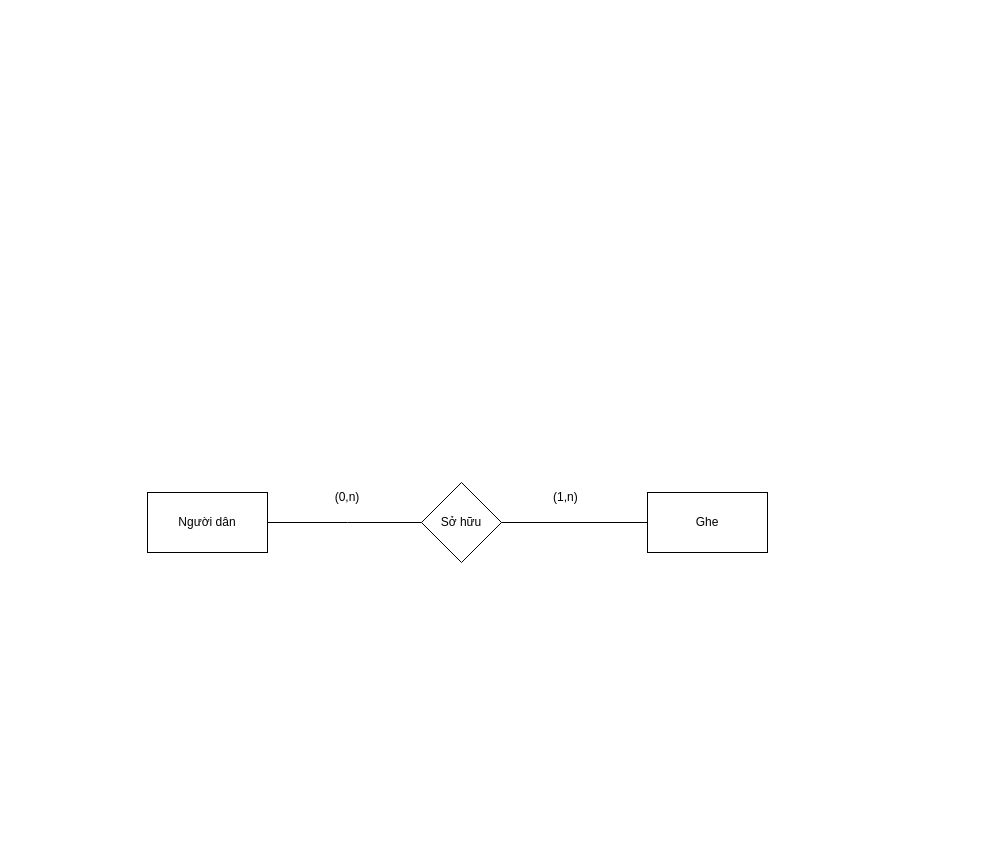
Before: page "Trang-1" (1 of 3) of Biểu đồ không có tiêu đề.drawio in S0ra1n0/Database-learning, a draw.io diagram. Source tidied: cells renumbered, new cells numbered last; positions are measured from the earlier drawing's top-left corner, leaving out a move shared by most shapes. Both pictures are drawn from the tidied source at 100%, with x=0, y=0 at pixel (147, 482).
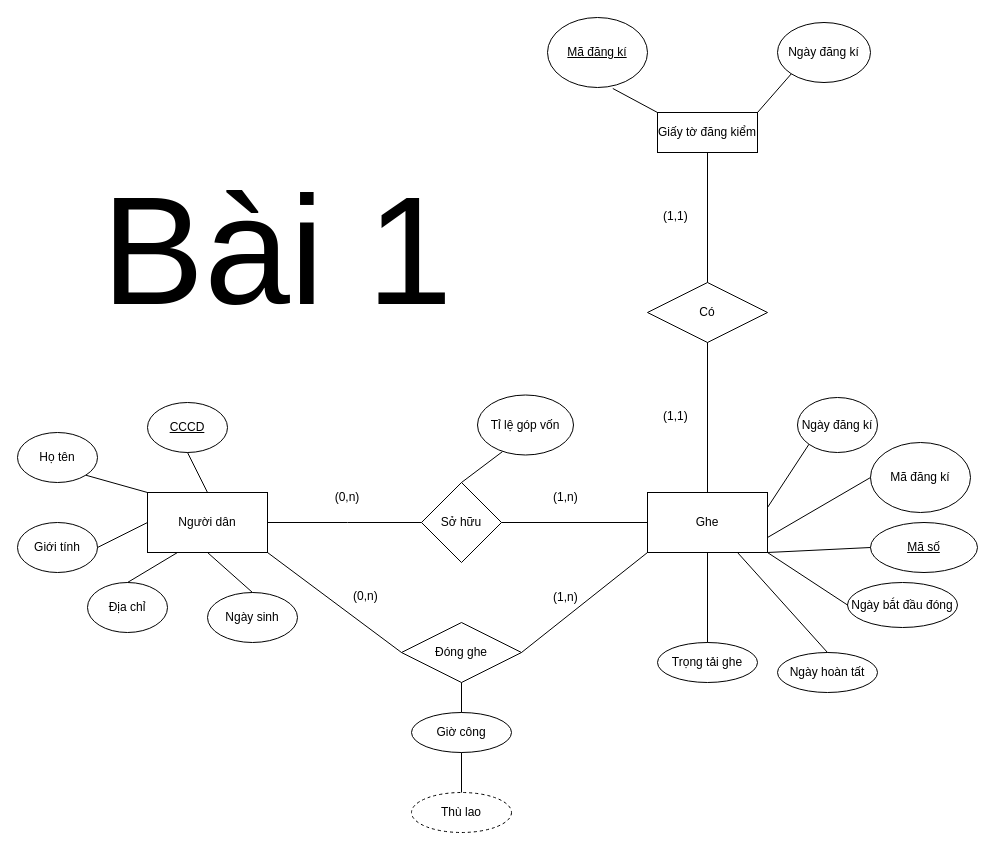
After the change.

Commit message (it also covers changes not shown here):
Cập nhật Biểu đồ không có tiêu đề.drawio

Unchanged cells that the change refers to:
```xml
<mxCell id="2" value="Người dân" style="rounded=0;whiteSpace=wrap;html=1;" parent="1" vertex="1">
  <mxGeometry y="10" width="120" height="60" as="geometry" />
</mxCell>
<mxCell id="3" value="Ghe" style="rounded=0;whiteSpace=wrap;html=1;" parent="1" vertex="1">
  <mxGeometry x="500" y="10" width="120" height="60" as="geometry" />
</mxCell>
<mxCell id="4" value="Sở hữu" style="rhombus;whiteSpace=wrap;html=1;" parent="1" vertex="1">
  <mxGeometry x="274" width="80" height="80" as="geometry" />
</mxCell>
```

Diff of the diagram source:
```diff
@@
+    <mxCell id="9" value="Tỉ lệ góp vốn" style="ellipse;whiteSpace=wrap;html=1;" parent="1" vertex="1">
+      <mxGeometry x="330" y="-87.5" width="96" height="60" as="geometry" />
+    </mxCell>
+    <mxCell id="10" style="endArrow=none;html=1;rounded=0;exitX=0.5;exitY=0;exitDx=0;exitDy=0;entryX=0.26;entryY=0.944;entryDx=0;entryDy=0;entryPerimeter=0;" parent="1" edge="1" source="4" target="9">
+      <mxGeometry relative="1" as="geometry" />
+    </mxCell>
+    <mxCell id="11" value="&lt;u&gt;CCCD&lt;/u&gt;" style="ellipse;whiteSpace=wrap;html=1;" parent="1" vertex="1">
+      <mxGeometry y="-80" width="80" height="50" as="geometry" />
+    </mxCell>
+    <mxCell id="12" value="Họ tên" style="ellipse;whiteSpace=wrap;html=1;" parent="1" vertex="1">
+      <mxGeometry x="-130" y="-50" width="80" height="50" as="geometry" />
+    </mxCell>
+    <mxCell id="13" value="Giới tính" style="ellipse;whiteSpace=wrap;html=1;" parent="1" vertex="1">
+      <mxGeometry x="-130" y="40" width="80" height="50" as="geometry" />
+    </mxCell>
+    <mxCell id="14" value="Địa chỉ" style="ellipse;whiteSpace=wrap;html=1;" parent="1" vertex="1">
+      <mxGeometry x="-60" y="100" width="80" height="50" as="geometry" />
+    </mxCell>
+    <mxCell id="15" value="Ngày sinh" style="ellipse;whiteSpace=wrap;html=1;" parent="1" vertex="1">
+      <mxGeometry x="60" y="110" width="90" height="50" as="geometry" />
+    </mxCell>
+    <mxCell id="16" style="endArrow=none;html=1;rounded=0;exitX=0.5;exitY=0;exitDx=0;exitDy=0;entryX=0.5;entryY=1;entryDx=0;entryDy=0;" parent="1" edge="1" source="15" target="2">
+      <mxGeometry relative="1" as="geometry" />
+    </mxCell>
+    <mxCell id="17" style="endArrow=none;html=1;rounded=0;exitX=0.5;exitY=0;exitDx=0;exitDy=0;entryX=0.25;entryY=1;entryDx=0;entryDy=0;" parent="1" edge="1" source="14" target="2">
+      <mxGeometry relative="1" as="geometry" />
+    </mxCell>
+    <mxCell id="18" style="endArrow=none;html=1;rounded=0;exitX=1;exitY=0.5;exitDx=0;exitDy=0;entryX=0;entryY=0.5;entryDx=0;entryDy=0;" parent="1" edge="1" source="13" target="2">
+      <mxGeometry relative="1" as="geometry" />
+    </mxCell>
+    <mxCell id="19" style="endArrow=none;html=1;rounded=0;exitX=1;exitY=1;exitDx=0;exitDy=0;entryX=0;entryY=0;entryDx=0;entryDy=0;" parent="1" edge="1" source="12" target="2">
+      <mxGeometry relative="1" as="geometry" />
+    </mxCell>
+    <mxCell id="20" style="endArrow=none;html=1;rounded=0;exitX=0.5;exitY=1;exitDx=0;exitDy=0;entryX=0.5;entryY=0;entryDx=0;entryDy=0;" parent="1" edge="1" source="11" target="2">
+      <mxGeometry relative="1" as="geometry" />
+    </mxCell>
+    <mxCell id="21" style="endArrow=none;html=1;rounded=0;exitX=0.5;exitY=0;exitDx=0;exitDy=0;" parent="1" edge="1" source="3">
+      <mxGeometry relative="1" as="geometry">
+        <mxPoint x="560" y="-160" as="targetPoint" />
+      </mxGeometry>
+    </mxCell>
+    <mxCell id="22" value="Mã đăng kí" style="ellipse;whiteSpace=wrap;html=1;" parent="1" vertex="1">
+      <mxGeometry x="723" y="-40" width="100" height="70" as="geometry" />
+    </mxCell>
+    <mxCell id="23" style="endArrow=none;html=1;rounded=0;entryX=0;entryY=0.5;entryDx=0;entryDy=0;exitX=1;exitY=0.75;exitDx=0;exitDy=0;" parent="1" edge="1" source="3" target="22">
+      <mxGeometry relative="1" as="geometry" />
+    </mxCell>
+    <mxCell id="24" value="Ngày đăng kí" style="ellipse;whiteSpace=wrap;html=1;" parent="1" vertex="1">
+      <mxGeometry x="650" y="-85" width="80" height="55" as="geometry" />
+    </mxCell>
+    <mxCell id="25" style="endArrow=none;html=1;rounded=0;exitX=0;exitY=1;exitDx=0;exitDy=0;entryX=1;entryY=0.25;entryDx=0;entryDy=0;" parent="1" edge="1" source="24" target="3">
+      <mxGeometry relative="1" as="geometry" />
+    </mxCell>
+    <mxCell id="26" value="Có" style="shape=rhombus;perimeter=rhombusPerimeter;whiteSpace=wrap;html=1;align=center;" parent="1" vertex="1">
+      <mxGeometry x="500" y="-200" width="120" height="60" as="geometry" />
+    </mxCell>
+    <mxCell id="27" value="Giấy tờ đăng kiểm" style="whiteSpace=wrap;html=1;align=center;" parent="1" vertex="1">
+      <mxGeometry x="510" y="-370" width="100" height="40" as="geometry" />
+    </mxCell>
+    <mxCell id="28" style="endArrow=none;html=1;rounded=0;entryX=0.5;entryY=0;entryDx=0;entryDy=0;exitX=0.5;exitY=1;exitDx=0;exitDy=0;" parent="1" edge="1" source="27" target="26">
+      <mxGeometry relative="1" as="geometry" />
+    </mxCell>
+    <mxCell id="29" value="(1,1)&lt;div&gt;&lt;br&gt;&lt;/div&gt;" style="text;strokeColor=none;fillColor=none;spacingLeft=4;spacingRight=4;overflow=hidden;fontSize=12;whiteSpace=wrap;html=1;" parent="1" vertex="1">
+      <mxGeometry x="510" y="-80" width="40" height="30" as="geometry" />
+    </mxCell>
+    <mxCell id="30" value="(1,1)&lt;div&gt;&lt;br&gt;&lt;/div&gt;" style="text;strokeColor=none;fillColor=none;spacingLeft=4;spacingRight=4;overflow=hidden;fontSize=12;whiteSpace=wrap;html=1;" parent="1" vertex="1">
+      <mxGeometry x="510" y="-280" width="40" height="30" as="geometry" />
+    </mxCell>
+    <mxCell id="31" value="Ngày đăng kí" style="ellipse;whiteSpace=wrap;html=1;" parent="1" vertex="1">
+      <mxGeometry x="630" y="-460" width="93" height="60" as="geometry" />
+    </mxCell>
+    <mxCell id="32" value="&lt;u&gt;Mã đăng kí&lt;/u&gt;" style="ellipse;whiteSpace=wrap;html=1;" parent="1" vertex="1">
+      <mxGeometry x="400" y="-465" width="100" height="70" as="geometry" />
+    </mxCell>
+    <mxCell id="33" style="endArrow=none;html=1;rounded=0;exitX=0.653;exitY=1.014;exitDx=0;exitDy=0;exitPerimeter=0;entryX=0;entryY=0;entryDx=0;entryDy=0;" parent="1" edge="1" source="32" target="27">
+      <mxGeometry relative="1" as="geometry" />
+    </mxCell>
+    <mxCell id="34" style="endArrow=none;html=1;rounded=0;exitX=0;exitY=1;exitDx=0;exitDy=0;entryX=1;entryY=0;entryDx=0;entryDy=0;" parent="1" edge="1" source="31" target="27">
+      <mxGeometry relative="1" as="geometry" />
+    </mxCell>
+    <mxCell id="35" value="Mã số" style="ellipse;whiteSpace=wrap;html=1;align=center;fontStyle=4;" parent="1" vertex="1">
+      <mxGeometry x="723" y="40" width="107" height="50" as="geometry" />
+    </mxCell>
+    <mxCell id="36" style="endArrow=none;html=1;rounded=0;exitX=1;exitY=1;exitDx=0;exitDy=0;entryX=0;entryY=0.5;entryDx=0;entryDy=0;" parent="1" edge="1" source="3" target="35">
+      <mxGeometry relative="1" as="geometry" />
+    </mxCell>
+    <mxCell id="37" value="Trọng tải ghe" style="ellipse;whiteSpace=wrap;html=1;align=center;" parent="1" vertex="1">
+      <mxGeometry x="510" y="160" width="100" height="40" as="geometry" />
+    </mxCell>
+    <mxCell id="38" value="Ngày hoàn tất" style="ellipse;whiteSpace=wrap;html=1;align=center;" parent="1" vertex="1">
+      <mxGeometry x="630" y="170" width="100" height="40" as="geometry" />
+    </mxCell>
+    <mxCell id="39" value="Ngày bắt đầu đóng" style="ellipse;whiteSpace=wrap;html=1;align=center;" parent="1" vertex="1">
+      <mxGeometry x="700" y="100" width="110" height="45" as="geometry" />
+    </mxCell>
+    <mxCell id="40" style="endArrow=none;html=1;rounded=0;entryX=0.5;entryY=0;entryDx=0;entryDy=0;exitX=0.5;exitY=1;exitDx=0;exitDy=0;" parent="1" edge="1" source="3" target="37">
+      <mxGeometry relative="1" as="geometry" />
+    </mxCell>
+    <mxCell id="41" style="endArrow=none;html=1;rounded=0;entryX=0.5;entryY=0;entryDx=0;entryDy=0;exitX=0.75;exitY=1;exitDx=0;exitDy=0;" parent="1" edge="1" source="3" target="38">
+      <mxGeometry relative="1" as="geometry" />
+    </mxCell>
+    <mxCell id="42" style="endArrow=none;html=1;rounded=0;entryX=0;entryY=0.5;entryDx=0;entryDy=0;exitX=1;exitY=1;exitDx=0;exitDy=0;" parent="1" edge="1" source="3" target="39">
+      <mxGeometry relative="1" as="geometry" />
+    </mxCell>
+    <mxCell id="43" value="Đóng ghe" style="shape=rhombus;perimeter=rhombusPerimeter;whiteSpace=wrap;html=1;align=center;" parent="1" vertex="1">
+      <mxGeometry x="254" y="140" width="120" height="60" as="geometry" />
+    </mxCell>
+    <mxCell id="44" style="endArrow=none;html=1;rounded=0;exitX=1;exitY=1;exitDx=0;exitDy=0;entryX=0;entryY=0.5;entryDx=0;entryDy=0;" parent="1" edge="1" source="2" target="43">
+      <mxGeometry relative="1" as="geometry" />
+    </mxCell>
+    <mxCell id="45" style="endArrow=none;html=1;rounded=0;exitX=0;exitY=1;exitDx=0;exitDy=0;entryX=1;entryY=0.5;entryDx=0;entryDy=0;" parent="1" edge="1" source="3" target="43">
+      <mxGeometry relative="1" as="geometry" />
+    </mxCell>
+    <mxCell id="46" value="(0,n)" style="text;strokeColor=none;fillColor=none;spacingLeft=4;spacingRight=4;overflow=hidden;fontSize=12;whiteSpace=wrap;html=1;" parent="1" vertex="1">
+      <mxGeometry x="200" y="100" width="40" height="30" as="geometry" />
+    </mxCell>
+    <mxCell id="47" value="(1,n)" style="text;strokeColor=none;fillColor=none;align=left;verticalAlign=middle;spacingLeft=4;spacingRight=4;overflow=hidden;whiteSpace=wrap;html=1;" parent="1" vertex="1">
+      <mxGeometry x="400" y="100" width="40" height="30" as="geometry" />
+    </mxCell>
+    <mxCell id="48" value="Giờ công" style="ellipse;whiteSpace=wrap;html=1;align=center;" parent="1" vertex="1">
+      <mxGeometry x="264" y="230" width="100" height="40" as="geometry" />
+    </mxCell>
+    <mxCell id="49" value="Thù lao" style="ellipse;whiteSpace=wrap;html=1;align=center;dashed=1;" parent="1" vertex="1">
+      <mxGeometry x="264" y="310" width="100" height="40" as="geometry" />
+    </mxCell>
+    <mxCell id="50" style="endArrow=none;html=1;rounded=0;exitX=0.5;exitY=0;exitDx=0;exitDy=0;entryX=0.5;entryY=1;entryDx=0;entryDy=0;" parent="1" edge="1" source="48" target="43">
+      <mxGeometry relative="1" as="geometry" />
+    </mxCell>
+    <mxCell id="51" style="endArrow=none;html=1;rounded=0;exitX=0.5;exitY=0;exitDx=0;exitDy=0;entryX=0.5;entryY=1;entryDx=0;entryDy=0;" parent="1" edge="1" source="49" target="48">
+      <mxGeometry relative="1" as="geometry" />
+    </mxCell>
+    <mxCell id="52" value="&lt;font style=&quot;font-size: 154px;&quot;&gt;Bài 1&lt;/font&gt;" style="text;strokeColor=none;fillColor=none;spacingLeft=4;spacingRight=4;overflow=hidden;fontSize=12;whiteSpace=wrap;html=1;align=center;" parent="1" vertex="1">
+      <mxGeometry x="-60" y="-330" width="380" height="225" as="geometry" />
+    </mxCell>
```
